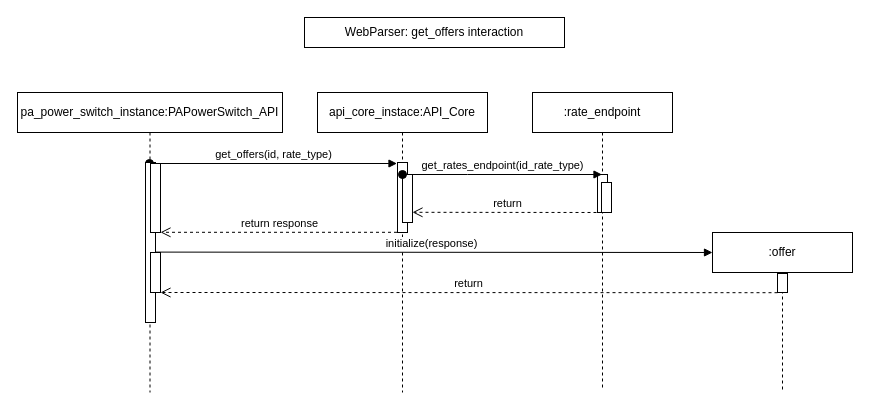
Earlier version of the draw.io diagram page "WebParser get_offers" (2 of 4) of documentation/diagrams/InteractionDiagrams.drawio (PSUCapstone2023-Group1/Clean-Energy-PA). Source tidied: cells renumbered, new cells numbered last; positions are measured from the earlier drawing's top-left corner, leaving out a move shared by most shapes. Both pictures are drawn from the tidied source at 100%, with x=0, y=0 at pixel (17, 17).
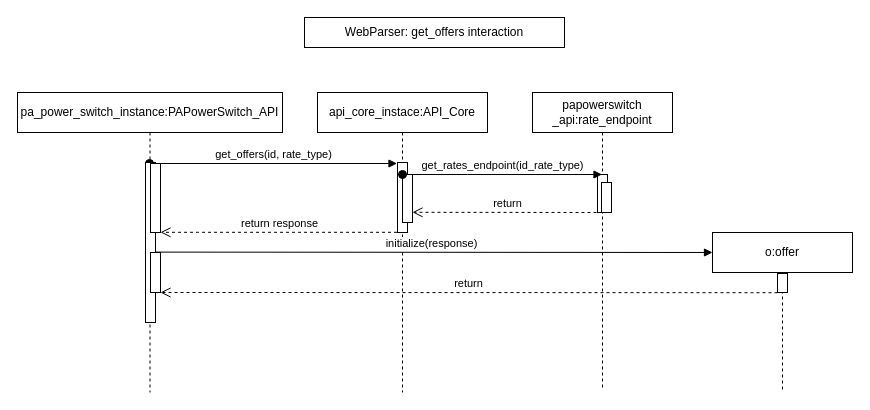
Above is the later version.

Diff of the diagram source:
```diff
@@
-    <mxCell id="5" value=":rate_endpoint" style="shape=umlLifeline;perimeter=lifelinePerimeter;whiteSpace=wrap;html=1;outlineConnect=0;portConstraint=eastwest;newEdgeStyle={&quot;edgeStyle&quot;:&quot;elbowEdgeStyle&quot;,&quot;elbow&quot;:&quot;vertical&quot;,&quot;curved&quot;:0,&quot;rounded&quot;:0};" parent="1" vertex="1">
+    <mxCell id="5" value="papowerswitch _api:rate_endpoint" style="shape=umlLifeline;perimeter=lifelinePerimeter;whiteSpace=wrap;html=1;outlineConnect=0;portConstraint=eastwest;newEdgeStyle={&quot;edgeStyle&quot;:&quot;elbowEdgeStyle&quot;,&quot;elbow&quot;:&quot;vertical&quot;,&quot;curved&quot;:0,&quot;rounded&quot;:0};" parent="1" vertex="1">
       <mxGeometry x="515" y="75" width="140" height="295" as="geometry" />
     </mxCell>
@@
-    <mxCell id="10" value=":offer" style="shape=umlLifeline;perimeter=lifelinePerimeter;whiteSpace=wrap;html=1;newEdgeStyle={&quot;edgeStyle&quot;:&quot;elbowEdgeStyle&quot;,&quot;elbow&quot;:&quot;vertical&quot;,&quot;curved&quot;:0,&quot;rounded&quot;:0};" parent="1" vertex="1">
+    <mxCell id="10" value="o:offer" style="shape=umlLifeline;perimeter=lifelinePerimeter;whiteSpace=wrap;html=1;newEdgeStyle={&quot;edgeStyle&quot;:&quot;elbowEdgeStyle&quot;,&quot;elbow&quot;:&quot;vertical&quot;,&quot;curved&quot;:0,&quot;rounded&quot;:0};" parent="1" vertex="1">
       <mxGeometry x="695" y="215" width="140" height="160" as="geometry" />
     </mxCell>
```
